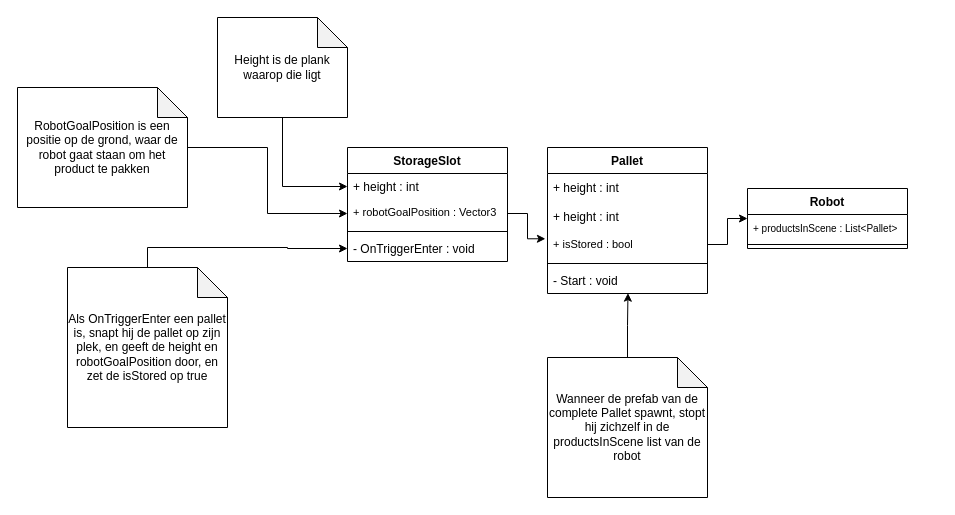
Earlier version of the draw.io diagram Diagram zonder titel.drawio (NickSwitchSchool/VR-warehouse). Source tidied: cells renumbered, new cells numbered last; positions are measured from the earlier drawing's top-left corner, leaving out a move shared by most shapes. Both pictures are drawn from the tidied source at 100%, with x=0, y=0 at pixel (17, 17).
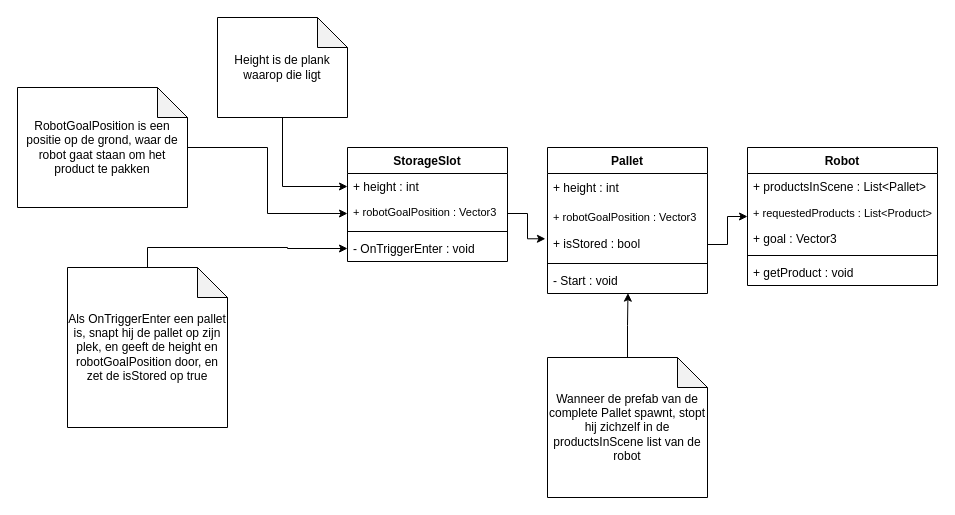
The same page after the edit.

Unchanged cells that the change refers to:
```xml
<mxCell id="2" value="Pallet" style="swimlane;fontStyle=1;align=center;verticalAlign=top;horizontal=1;startSize=26;whiteSpace=wrap;html=1;" parent="1" vertex="1">
  <mxGeometry x="530" y="130" width="160" height="146" as="geometry" />
</mxCell>
```

Change to the diagram source:
```diff
@@
-    <mxCell id="4" value="+ height : int" style="text;strokeColor=none;fillColor=none;align=left;verticalAlign=top;spacingLeft=4;spacingRight=4;overflow=hidden;whiteSpace=wrap;html=1;" parent="2" vertex="1">
+    <mxCell id="4" value="&lt;font style=&quot;font-size: 11px;&quot;&gt;+ robotGoalPosition : Vector3&lt;/font&gt;" style="text;strokeColor=none;fillColor=none;align=left;verticalAlign=top;spacingLeft=4;spacingRight=4;overflow=hidden;whiteSpace=wrap;html=1;" parent="2" vertex="1">
       <mxGeometry y="56" width="160" height="26" as="geometry" />
     </mxCell>
-    <mxCell id="5" value="&lt;font style=&quot;font-size: 11px;&quot;&gt;+ isStored : bool&lt;/font&gt;" style="text;strokeColor=none;fillColor=none;align=left;verticalAlign=middle;spacingLeft=4;spacingRight=4;overflow=hidden;points=[[0,0.5],[1,0.5]];portConstraint=eastwest;whiteSpace=wrap;html=1;" parent="2" vertex="1">
+    <mxCell id="5" value="&lt;font style=&quot;font-size: 12px;&quot;&gt;+ isStored : bool&lt;/font&gt;" style="text;strokeColor=none;fillColor=none;align=left;verticalAlign=middle;spacingLeft=4;spacingRight=4;overflow=hidden;points=[[0,0.5],[1,0.5]];portConstraint=eastwest;whiteSpace=wrap;html=1;" parent="2" vertex="1">
       <mxGeometry y="82" width="160" height="30" as="geometry" />
     </mxCell>
@@
     <mxCell id="20" value="Robot" style="swimlane;fontStyle=1;align=center;verticalAlign=top;horizontal=1;startSize=26;whiteSpace=wrap;html=1;" parent="1" vertex="1">
-      <mxGeometry x="730" y="171" width="160" height="60" as="geometry" />
+      <mxGeometry x="730" y="130" width="190" height="138" as="geometry" />
     </mxCell>
-    <mxCell id="21" value="&lt;font style=&quot;font-size: 10px;&quot;&gt;+ productsInScene : List&amp;lt;Pallet&amp;gt;&lt;/font&gt;" style="text;strokeColor=none;fillColor=none;align=left;verticalAlign=top;spacingLeft=4;spacingRight=4;overflow=hidden;whiteSpace=wrap;html=1;" parent="20" vertex="1">
-      <mxGeometry y="26" width="160" height="26" as="geometry" />
+    <mxCell id="21" value="&lt;font style=&quot;font-size: 12px;&quot;&gt;+ productsInScene : List&amp;lt;Pallet&amp;gt;&lt;/font&gt;" style="text;strokeColor=none;fillColor=none;align=left;verticalAlign=top;spacingLeft=4;spacingRight=4;overflow=hidden;whiteSpace=wrap;html=1;" parent="20" vertex="1">
+      <mxGeometry y="26" width="190" height="26" as="geometry" />
     </mxCell>
+    <mxCell id="26" value="&lt;font style=&quot;font-size: 11px;&quot;&gt;+ requestedProducts : List&amp;lt;Product&amp;gt;&lt;/font&gt;" style="text;strokeColor=none;fillColor=none;align=left;verticalAlign=top;spacingLeft=4;spacingRight=4;overflow=hidden;whiteSpace=wrap;html=1;" parent="20" vertex="1">
+      <mxGeometry y="52" width="190" height="26" as="geometry" />
+    </mxCell>
+    <mxCell id="27" value="+ goal : Vector3" style="text;strokeColor=none;fillColor=none;align=left;verticalAlign=top;spacingLeft=4;spacingRight=4;overflow=hidden;whiteSpace=wrap;html=1;" parent="20" vertex="1">
+      <mxGeometry y="78" width="190" height="26" as="geometry" />
+    </mxCell>
     <mxCell id="22" style="line;strokeWidth=1;fillColor=none;align=left;verticalAlign=middle;spacingTop=-1;spacingLeft=3;spacingRight=3;labelPosition=right;strokeColor=inherit;" parent="20" vertex="1">
-      <mxGeometry y="52" width="160" height="8" as="geometry" />
+      <mxGeometry y="104" width="190" height="8" as="geometry" />
     </mxCell>
+    <mxCell id="28" value="+ getProduct : void" style="text;strokeColor=none;fillColor=none;align=left;verticalAlign=top;spacingLeft=4;spacingRight=4;overflow=hidden;whiteSpace=wrap;html=1;" parent="20" vertex="1">
+      <mxGeometry y="112" width="190" height="26" as="geometry" />
+    </mxCell>
```
